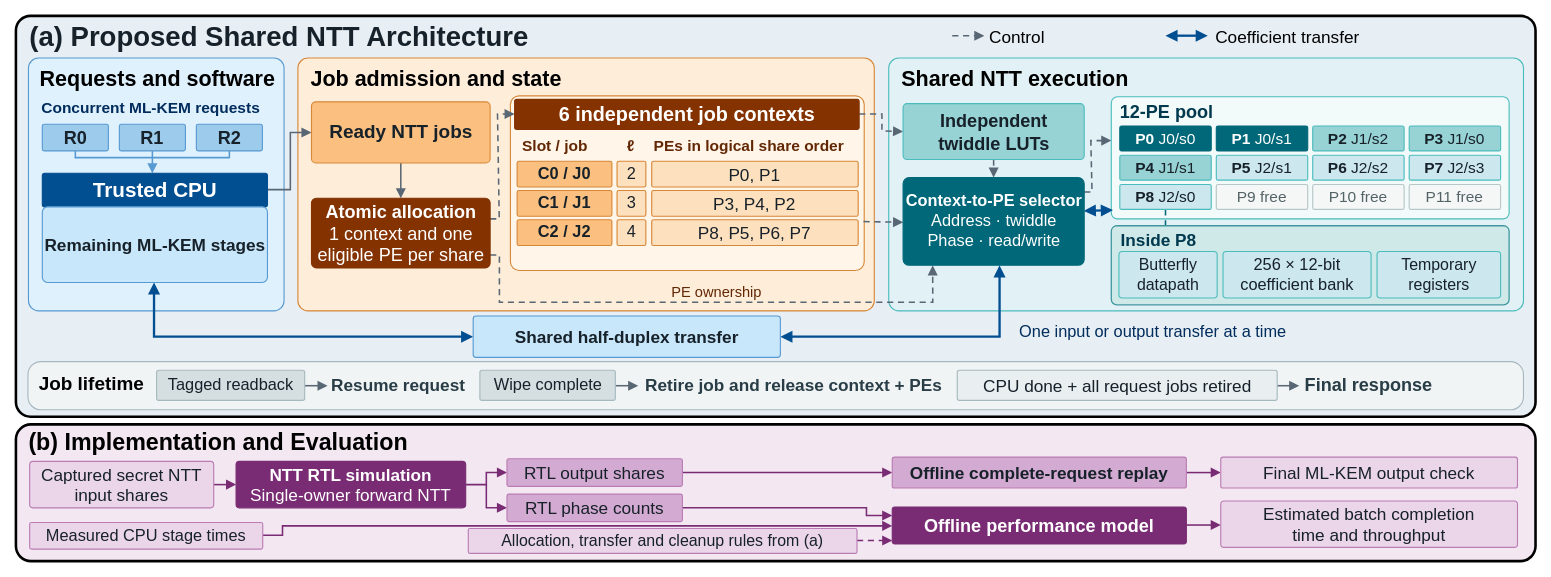
Before: all/DAC2026/MaskVirt_fig2.drawio in ZKY6662017/iodraw-files, a draw.io diagram. Source tidied: cells renumbered, new cells numbered last; positions are measured from the earlier drawing's top-left corner, leaving out a move shared by most shapes. Both pictures are drawn from the tidied source at 86%, with x=0, y=0 at pixel (15, 15).
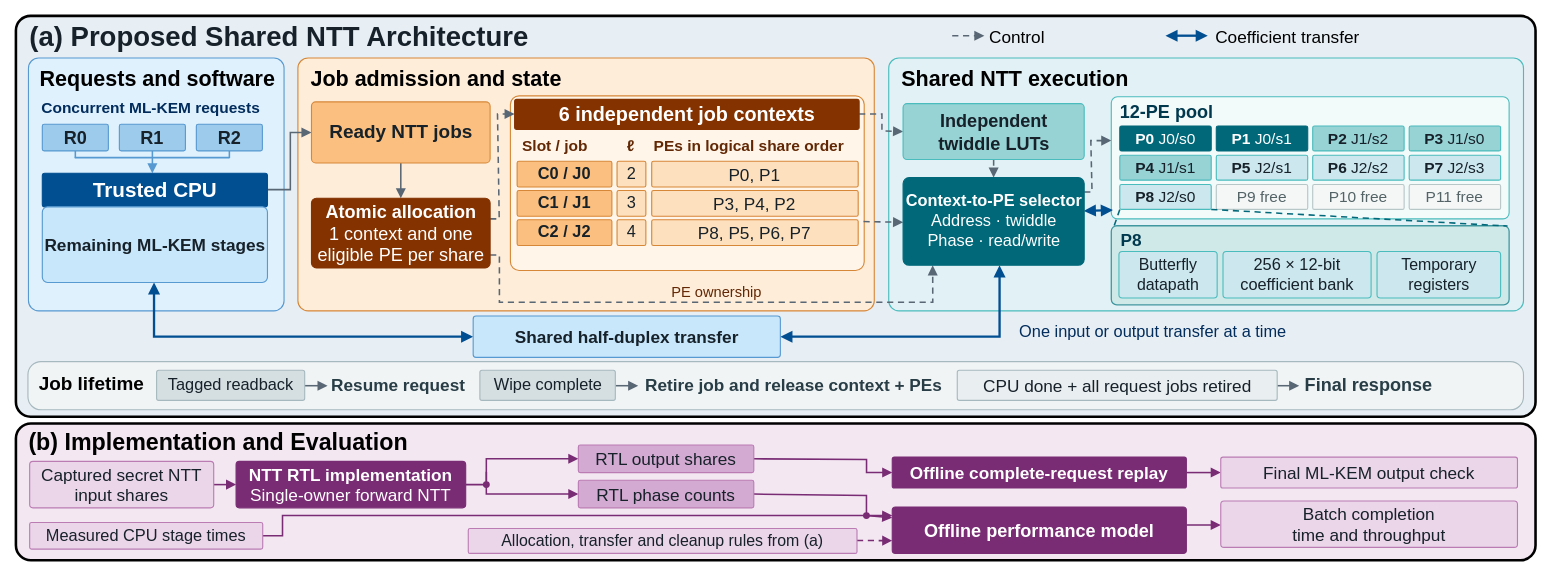
After the change.

Unchanged cells that the change refers to:
```xml
<mxCell id="80" value="&lt;b&gt;P8&lt;/b&gt;  J2/s0" style="html=1;whiteSpace=wrap;align=center;verticalAlign=middle;fontFamily=Helvetica;fontSize=18;fontColor=#17212A;spacing=1;fillColor=#CCE7EE;strokeColor=#4BBCBD;strokeWidth=1.3;rounded=1;arcSize=7;" parent="1" vertex="1">
  <mxGeometry x="1283.6" y="196" width="106.3" height="29" as="geometry" />
</mxCell>
<mxCell id="84" style="rounded=1;arcSize=7;html=1;whiteSpace=wrap;fillColor=#CFE9E8;strokeColor=#41979F;strokeWidth=1.5;" parent="1" vertex="1">
  <mxGeometry x="1273.7" y="244" width="462.6" height="92" as="geometry" />
</mxCell>
<mxCell id="107" value="Measured CPU stage times" style="html=1;whiteSpace=wrap;align=center;verticalAlign=middle;fontFamily=Helvetica;fontSize=19;fontColor=#17212A;spacing=1;fillColor=#EBD6E9;strokeColor=#BB7CB4;strokeWidth=1.3;rounded=1;arcSize=7;" parent="1" vertex="1">
  <mxGeometry x="16" y="589" width="271" height="31" as="geometry" />
</mxCell>
<mxCell id="108" value="Allocation, transfer and cleanup rules from (a)" style="html=1;whiteSpace=wrap;align=center;verticalAlign=middle;fontFamily=Helvetica;fontSize=18.5;fontColor=#17212A;spacing=1;fillColor=#EBD6E9;strokeColor=#BB7CB4;strokeWidth=1.3;rounded=1;arcSize=7;" parent="1" vertex="1">
  <mxGeometry x="526" y="596" width="452" height="29" as="geometry" />
</mxCell>
```

The edit, as a diff of the source:
```diff
@@
     <mxCell id="8" style="html=1;whiteSpace=wrap;align=center;verticalAlign=middle;fontFamily=Helvetica;fontSize=22;fontColor=#17212A;spacing=1;fillColor=#F3E7F2;strokeColor=#000000;strokeWidth=3;rounded=1;arcSize=11;" parent="1" vertex="1">
-      <mxGeometry y="475" width="1767" height="159" as="geometry" />
+      <mxGeometry y="474" width="1767" height="159" as="geometry" />
     </mxCell>
@@
-    <mxCell id="26" style="html=1;edgeStyle=none;rounded=0;strokeColor=#016879;strokeWidth=1.8;dashed=1;dashPattern=4 3;startArrow=none;endArrow=none;startFill=1;endFill=1;startSize=7;endSize=7;exitX=0.50000;exitY=1.00000;exitPerimeter=0;entryX=0.1362;entryY=0;entryPerimeter=0;" parent="1" edge="1" source="80" target="84">
+    <mxCell id="26" style="html=1;edgeStyle=none;rounded=0;strokeColor=#016879;strokeWidth=1.8;dashed=1;dashPattern=4 3;startArrow=none;endArrow=none;startFill=1;endFill=1;startSize=7;endSize=7;exitX=0;exitY=1;entryX=0.006;entryY=0.018;entryPerimeter=0;entryDx=0;entryDy=0;exitDx=0;exitDy=0;" parent="1" edge="1" source="80" target="84">
       <mxGeometry relative="1" as="geometry" />
     </mxCell>
@@
-    <mxCell id="33" style="html=1;edgeStyle=none;rounded=0;strokeColor=#792C74;strokeWidth=1.8;dashed=0;dashPattern=4 3;startArrow=none;endArrow=block;startFill=1;endFill=1;startSize=7;endSize=7;exitX=1.00000;exitY=0.50000;exitPerimeter=0;entryX=0.00000;entryY=0.50000;entryPerimeter=0;" parent="1" edge="1" source="100" target="101">
-      <mxGeometry relative="1" as="geometry">
+    <mxCell id="33" style="html=1;edgeStyle=none;rounded=0;strokeColor=#792C74;strokeWidth=1.8;dashed=0;dashPattern=4 3;startArrow=none;endArrow=block;startFill=1;endFill=1;startSize=7;endSize=7;exitX=1;exitY=0.5;entryX=0;entryY=0.5;entryDx=0;entryDy=0;exitDx=0;exitDy=0;" parent="1" edge="1" source="100" target="101">
+      <mxGeometry x="0.17" relative="1" as="geometry">
         <Array as="points">
           <mxPoint x="547" y="545" />
-          <mxPoint x="547" y="531" />
+          <mxPoint x="547" y="515" />
         </Array>
       </mxGeometry>
     </mxCell>
-    <mxCell id="34" style="html=1;edgeStyle=none;rounded=0;strokeColor=#792C74;strokeWidth=1.8;dashed=0;dashPattern=4 3;startArrow=none;endArrow=block;startFill=1;endFill=1;startSize=7;endSize=7;entryX=0.00000;entryY=0.50000;entryPerimeter=0;" parent="1" edge="1" target="102">
-      <mxGeometry relative="1" as="geometry">
-        <mxPoint x="547" y="545" as="sourcePoint" />
+    <mxCell id="34" style="html=1;edgeStyle=none;rounded=0;strokeColor=#792C74;strokeWidth=1.8;dashed=0;dashPattern=4 3;startArrow=none;endArrow=block;startFill=1;endFill=1;startSize=7;endSize=7;entryX=0;entryY=0.5;entryDx=0;entryDy=0;" parent="1" edge="1" target="102">
+      <mxGeometry x="0.04" relative="1" as="geometry">
+        <mxPoint x="547" y="530" as="sourcePoint" />
         <Array as="points">
-          <mxPoint x="547" y="572" />
+          <mxPoint x="547" y="556" />
         </Array>
       </mxGeometry>
     </mxCell>
     <mxCell id="35" style="html=1;edgeStyle=none;rounded=0;strokeColor=#792C74;strokeWidth=1.8;dashed=0;dashPattern=4 3;startArrow=none;endArrow=block;startFill=1;endFill=1;startSize=7;endSize=7;exitX=1.00000;exitY=0.50000;exitPerimeter=0;entryX=0.00000;entryY=0.50000;entryPerimeter=0;" parent="1" edge="1" source="101" target="103">
-      <mxGeometry relative="1" as="geometry" />
+      <mxGeometry x="-0.05" relative="1" as="geometry">
+        <Array as="points">
+          <mxPoint x="989.1" y="515.7" />
+          <mxPoint x="989.1" y="531" />
+        </Array>
+      </mxGeometry>
     </mxCell>
@@
     <mxCell id="37" style="html=1;edgeStyle=none;rounded=0;strokeColor=#792C74;strokeWidth=1.8;dashed=0;dashPattern=4 3;startArrow=none;endArrow=block;startFill=1;endFill=1;startSize=7;endSize=7;exitX=1.00000;exitY=0.50000;exitPerimeter=0;entryX=0.00000;entryY=0.23256;entryPerimeter=0;" parent="1" edge="1" source="102" target="105">
       <mxGeometry relative="1" as="geometry">
         <Array as="points">
-          <mxPoint x="989" y="572" />
+          <mxPoint x="989" y="557.7" />
           <mxPoint x="989" y="581" />
         </Array>
       </mxGeometry>
     </mxCell>
-    <mxCell id="38" style="html=1;edgeStyle=none;rounded=0;strokeColor=#792C74;strokeWidth=1.8;dashed=0;dashPattern=4 3;startArrow=none;endArrow=block;startFill=1;endFill=1;startSize=7;endSize=7;exitX=1.00000;exitY=0.48387;exitPerimeter=0;entryX=0.00000;entryY=0.51163;entryPerimeter=0;" parent="1" edge="1" source="107" target="105">
+    <mxCell id="38" style="html=1;edgeStyle=none;rounded=0;strokeColor=#792C74;strokeWidth=1.8;dashed=0;dashPattern=4 3;startArrow=none;endArrow=block;startFill=1;endFill=1;startSize=7;endSize=7;exitX=1;exitY=0.5;entryX=0.00000;entryY=0.51163;entryPerimeter=0;exitDx=0;exitDy=0;" parent="1" edge="1" source="107">
       <mxGeometry relative="1" as="geometry">
+        <mxPoint x="1019" y="581" as="targetPoint" />
         <Array as="points">
-          <mxPoint x="310" y="604" />
-          <mxPoint x="310" y="593" />
-          <mxPoint x="999" y="593" />
+          <mxPoint x="310" y="604.5" />
+          <mxPoint x="310" y="581" />
+          <mxPoint x="999" y="581" />
         </Array>
       </mxGeometry>
     </mxCell>
-    <mxCell id="39" style="html=1;edgeStyle=none;rounded=0;strokeColor=#792C74;strokeWidth=1.8;dashed=1;dashPattern=4 3;startArrow=none;endArrow=block;startFill=1;endFill=1;startSize=7;endSize=7;exitX=1.00000;exitY=0.48276;exitPerimeter=0;entryX=0.00000;entryY=0.90698;entryPerimeter=0;" parent="1" edge="1" source="108" target="105">
+    <mxCell id="39" style="html=1;edgeStyle=none;rounded=0;strokeColor=#792C74;strokeWidth=1.8;dashed=1;dashPattern=4 3;startArrow=none;endArrow=block;startFill=1;endFill=1;startSize=7;endSize=7;exitX=1.00000;exitY=0.48276;exitPerimeter=0;entryX=0;entryY=0.726;entryPerimeter=0;entryDx=0;entryDy=0;" parent="1" edge="1" source="108" target="105">
       <mxGeometry relative="1" as="geometry" />
     </mxCell>
-    <mxCell id="40" style="html=1;edgeStyle=none;rounded=0;strokeColor=#792C74;strokeWidth=1.8;dashed=0;dashPattern=4 3;startArrow=none;endArrow=block;startFill=1;endFill=1;startSize=7;endSize=7;exitX=1.00000;exitY=0.48837;exitPerimeter=0;entryX=0.00000;entryY=0.51852;entryPerimeter=0;" parent="1" edge="1" source="105" target="106">
+    <mxCell id="40" style="html=1;edgeStyle=none;rounded=0;strokeColor=#792C74;strokeWidth=1.8;dashed=0;dashPattern=4 3;startArrow=none;endArrow=block;startFill=1;endFill=1;startSize=7;endSize=7;exitX=1.001;exitY=0.39;exitPerimeter=0;entryX=0.00000;entryY=0.51852;entryPerimeter=0;exitDx=0;exitDy=0;" parent="1" edge="1" source="105" target="106">
       <mxGeometry relative="1" as="geometry" />
     </mxCell>
@@
-    <mxCell id="85" value="Inside P8" style="html=1;whiteSpace=wrap;align=left;verticalAlign=middle;fontFamily=Helvetica;fontSize=20;fontColor=#00394E;spacing=1;fillColor=none;strokeColor=none;strokeWidth=1.3;rounded=1;arcSize=7;fontStyle=1;" parent="84" vertex="1">
+    <mxCell id="85" value="P8" style="html=1;whiteSpace=wrap;align=left;verticalAlign=middle;fontFamily=Helvetica;fontSize=20;fontColor=#00394E;spacing=1;fillColor=none;strokeColor=none;strokeWidth=1.3;rounded=1;arcSize=7;fontStyle=1;" parent="84" vertex="1">
       <mxGeometry x="9.9" y="2" width="211.6" height="27" as="geometry" />
     </mxCell>
@@
-    <mxCell id="100" value="&lt;b&gt;NTT RTL simulation&lt;/b&gt;&lt;br&gt;Single-owner forward NTT" style="html=1;whiteSpace=wrap;align=center;verticalAlign=middle;fontFamily=Helvetica;fontSize=20;fontColor=#FFFFFF;spacing=1;fillColor=#792C74;strokeColor=#792C74;strokeWidth=1.3;rounded=1;arcSize=7;" parent="1" vertex="1">
+    <mxCell id="100" value="&lt;b&gt;NTT RTL implementation&lt;/b&gt;&lt;br&gt;Single-owner forward NTT" style="html=1;whiteSpace=wrap;align=center;verticalAlign=middle;fontFamily=Helvetica;fontSize=20;fontColor=#FFFFFF;spacing=1;fillColor=#792C74;strokeColor=#792C74;strokeWidth=1.3;rounded=1;arcSize=7;" parent="1" vertex="1">
       <mxGeometry x="256" y="518" width="267" height="54" as="geometry" />
     </mxCell>
     <mxCell id="101" value="RTL output shares" style="html=1;whiteSpace=wrap;align=center;verticalAlign=middle;fontFamily=Helvetica;fontSize=20;fontColor=#17212A;spacing=1;fillColor=#D3AAD1;strokeColor=#BB7CB4;strokeWidth=1.3;rounded=1;arcSize=7;" parent="1" vertex="1">
-      <mxGeometry x="571" y="515" width="204" height="32" as="geometry" />
+      <mxGeometry x="654" y="499" width="204" height="32" as="geometry" />
     </mxCell>
     <mxCell id="102" value="RTL phase counts" style="html=1;whiteSpace=wrap;align=center;verticalAlign=middle;fontFamily=Helvetica;fontSize=20;fontColor=#17212A;spacing=1;fillColor=#D3AAD1;strokeColor=#BB7CB4;strokeWidth=1.3;rounded=1;arcSize=7;" parent="1" vertex="1">
-      <mxGeometry x="571" y="556" width="204" height="32" as="geometry" />
+      <mxGeometry x="654" y="540" width="204" height="32" as="geometry" />
     </mxCell>
-    <mxCell id="103" value="&lt;b&gt;Offline complete-request replay&lt;/b&gt;" style="html=1;whiteSpace=wrap;align=center;verticalAlign=middle;fontFamily=Helvetica;fontSize=20;fontColor=#17212A;spacing=1;fillColor=#D3AAD1;strokeColor=#BB7CB4;strokeWidth=1.3;rounded=1;arcSize=7;" parent="1" vertex="1">
+    <mxCell id="103" value="&lt;b&gt;Offline complete-request replay&lt;/b&gt;" style="html=1;whiteSpace=wrap;align=center;verticalAlign=middle;fontFamily=Helvetica;fontSize=20;fontColor=#FFFFFF;spacing=1;fillColor=light-dark(#792c74, #6a4769);strokeColor=light-dark(#792c74, #9c6596);strokeWidth=1.3;rounded=1;arcSize=7;" parent="1" vertex="1">
       <mxGeometry x="1019" y="513" width="342" height="36" as="geometry" />
     </mxCell>
@@
     <mxCell id="105" value="&lt;b&gt;Offline performance model&lt;/b&gt;" style="html=1;whiteSpace=wrap;align=center;verticalAlign=middle;fontFamily=Helvetica;fontSize=21;fontColor=#FFFFFF;spacing=1;fillColor=#792C74;strokeColor=#792C74;strokeWidth=1.3;rounded=1;arcSize=7;" parent="1" vertex="1">
-      <mxGeometry x="1019" y="571" width="342" height="43" as="geometry" />
+      <mxGeometry x="1019" y="571" width="342" height="54" as="geometry" />
     </mxCell>
-    <mxCell id="106" value="Estimated batch completion&lt;br&gt;time and throughput" style="html=1;whiteSpace=wrap;align=center;verticalAlign=middle;fontFamily=Helvetica;fontSize=20;fontColor=#17212A;spacing=1;fillColor=#EBD6E9;strokeColor=#BB7CB4;strokeWidth=1.3;rounded=1;arcSize=7;" parent="1" vertex="1">
+    <mxCell id="106" value="Batch completion&lt;br&gt;time and throughput" style="html=1;whiteSpace=wrap;align=center;verticalAlign=middle;fontFamily=Helvetica;fontSize=20;fontColor=#17212A;spacing=1;fillColor=#EBD6E9;strokeColor=#BB7CB4;strokeWidth=1.3;rounded=1;arcSize=7;" parent="1" vertex="1">
       <mxGeometry x="1401" y="564" width="345" height="54" as="geometry" />
     </mxCell>
@@
+    <mxCell id="109" style="html=1;edgeStyle=none;rounded=0;strokeColor=#016879;strokeWidth=1.8;dashed=1;dashPattern=4 3;startArrow=none;endArrow=none;startFill=1;endFill=1;startSize=7;endSize=7;exitX=1;exitY=1;entryX=0.996;entryY=0.004;entryPerimeter=0;entryDx=0;entryDy=0;exitDx=0;exitDy=0;" parent="1" edge="1" source="80" target="84">
+      <mxGeometry relative="1" as="geometry" />
+    </mxCell>
+    <mxCell id="110" style="ellipse;whiteSpace=wrap;html=1;shapeInside=1;strokeColor=none;fillColor=light-dark(#792c74, #ededed);" parent="1" vertex="1">
+      <mxGeometry x="985" y="577" width="8" height="8" as="geometry" />
+    </mxCell>
+    <mxCell id="111" style="ellipse;whiteSpace=wrap;html=1;shapeInside=1;strokeColor=none;fillColor=light-dark(#792c74, #ededed);" parent="1" vertex="1">
+      <mxGeometry x="543" y="541" width="8" height="8" as="geometry" />
+    </mxCell>
```
